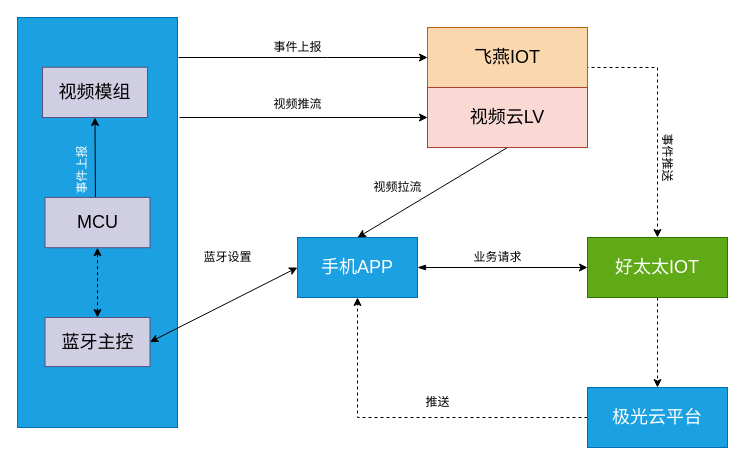
Before: drowio/好太太/视频交互流程图.drawio in allen1995/allen-git, a draw.io diagram. Source tidied: cells renumbered, new cells numbered last; positions are measured from the earlier drawing's top-left corner, leaving out a move shared by most shapes. Both pictures are drawn from the tidied source at 100%, with x=0, y=0 at pixel (17, 17).
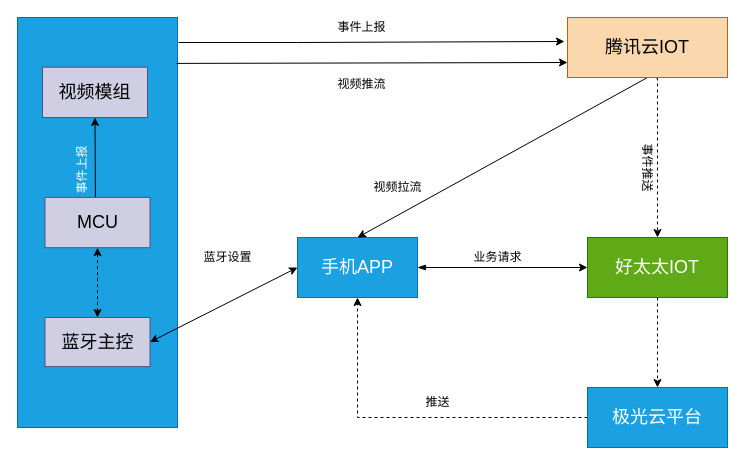
After the change.

Unchanged cells that the change refers to:
```xml
<mxCell id="5" value="&lt;font style=&quot;font-size: 18px&quot;&gt;手机APP&lt;/font&gt;" style="rounded=0;whiteSpace=wrap;html=1;fontSize=12;fontColor=#ffffff;fillColor=#1ba1e2;strokeColor=#006EAF;" parent="1" vertex="1">
  <mxGeometry x="280" y="220" width="120" height="60" as="geometry" />
</mxCell>
<mxCell id="7" value="&lt;font style=&quot;font-size: 18px&quot;&gt;好太太IOT&lt;/font&gt;" style="rounded=0;whiteSpace=wrap;html=1;fontSize=12;fontColor=#ffffff;fillColor=#60a917;strokeColor=#2D7600;" parent="1" vertex="1">
  <mxGeometry x="570" y="220" width="140" height="60" as="geometry" />
</mxCell>
<mxCell id="18" style="rounded=0;whiteSpace=wrap;html=1;fillColor=#1ba1e2;strokeColor=#006EAF;fontColor=#ffffff;" parent="17" vertex="1">
  <mxGeometry width="160" height="410" as="geometry" />
</mxCell>
```

The edit, as a diff of the source:
```diff
@@
-    <mxCell id="2" style="rounded=0;jettySize=auto;html=1;entryX=0;entryY=0.5;entryDx=0;entryDy=0;fontSize=18;fontColor=#000000;" parent="1" edge="1" target="26">
+    <mxCell id="2" style="rounded=0;jettySize=auto;html=1;entryX=-0.019;entryY=0.4;entryDx=0;entryDy=0;fontSize=18;fontColor=#000000;entryPerimeter=0;" parent="1" edge="1" target="26">
       <mxGeometry relative="1" as="geometry">
-        <mxPoint x="161" y="40" as="sourcePoint" />
+        <mxPoint x="161" y="25" as="sourcePoint" />
         <Array as="points">
-          <mxPoint x="310" y="40" />
+          <mxPoint x="280" y="25" />
         </Array>
       </mxGeometry>
     </mxCell>
     <mxCell id="3" value="事件上报" style="text;html=1;align=center;verticalAlign=middle;strokeColor=none;fillColor=none;fontSize=12;fontColor=#000000;" parent="1" vertex="1">
-      <mxGeometry x="250" y="20" width="60" height="20" as="geometry" />
+      <mxGeometry x="314" width="60" height="20" as="geometry" />
     </mxCell>
@@
-    <mxCell id="10" style="edgeStyle=orthogonalEdgeStyle;rounded=0;jettySize=auto;html=1;exitX=1;exitY=0;exitDx=0;exitDy=0;entryX=0.5;entryY=0;entryDx=0;entryDy=0;fontSize=12;fontColor=#000000;dashed=1;" parent="1" edge="1" source="27" target="7">
-      <mxGeometry relative="1" as="geometry" />
+    <mxCell id="10" style="edgeStyle=orthogonalEdgeStyle;rounded=0;jettySize=auto;html=1;exitX=0.556;exitY=1.017;exitDx=0;exitDy=0;entryX=0.5;entryY=0;entryDx=0;entryDy=0;fontSize=12;fontColor=#000000;dashed=1;exitPerimeter=0;" parent="1" edge="1" source="26" target="7">
+      <mxGeometry relative="1" as="geometry">
+        <Array as="points">
+          <mxPoint x="640" y="61" />
+        </Array>
+      </mxGeometry>
     </mxCell>
     <mxCell id="11" value="事件推送" style="text;html=1;align=center;verticalAlign=middle;strokeColor=none;fillColor=none;fontSize=12;fontColor=#000000;rotation=90;" parent="1" vertex="1">
-      <mxGeometry x="620" y="130" width="60" height="20" as="geometry" />
+      <mxGeometry x="600" y="140" width="60" height="20" as="geometry" />
     </mxCell>
@@
-    <mxCell id="14" style="rounded=0;jettySize=auto;html=1;exitX=0.5;exitY=1;exitDx=0;exitDy=0;entryX=0.5;entryY=0;entryDx=0;entryDy=0;fontSize=12;fontColor=#000000;startArrow=none;startFill=0;" parent="1" edge="1" source="27" target="5">
+    <mxCell id="14" style="rounded=0;jettySize=auto;html=1;exitX=0.5;exitY=1;exitDx=0;exitDy=0;entryX=0.5;entryY=0;entryDx=0;entryDy=0;fontSize=12;fontColor=#000000;startArrow=none;startFill=0;" parent="1" edge="1" source="26" target="5">
       <mxGeometry relative="1" as="geometry" />
     </mxCell>
@@
-    <mxCell id="26" value="&lt;font style=&quot;font-size: 18px;&quot;&gt;飞燕IOT&lt;/font&gt;" style="rounded=0;whiteSpace=wrap;html=1;fillColor=#fad7ac;strokeColor=#b46504;fontSize=18;fontColor=#000000;" parent="1" vertex="1">
-      <mxGeometry x="410" y="10" width="160" height="60" as="geometry" />
+    <mxCell id="26" value="&lt;font style=&quot;font-size: 18px&quot;&gt;腾讯云IOT&lt;/font&gt;" style="rounded=0;whiteSpace=wrap;html=1;fillColor=#fad7ac;strokeColor=#b46504;fontSize=18;fontColor=#000000;" parent="1" vertex="1">
+      <mxGeometry x="550" width="160" height="60" as="geometry" />
     </mxCell>
-    <mxCell id="27" value="视频云LV" style="rounded=0;whiteSpace=wrap;html=1;fillColor=#fad9d5;strokeColor=#ae4132;fontSize=18;fontColor=#000000;" parent="1" vertex="1">
-      <mxGeometry x="410" y="70" width="160" height="60" as="geometry" />
-    </mxCell>
-    <mxCell id="28" style="endArrow=classic;html=1;fontSize=18;fontColor=#000000;entryX=0;entryY=0.5;entryDx=0;entryDy=0;" parent="1" edge="1" target="27">
-      <mxGeometry relative="1" as="geometry">
-        <mxPoint x="162" y="100" as="sourcePoint" />
-      </mxGeometry>
+    <mxCell id="28" style="endArrow=classic;html=1;fontSize=18;fontColor=#000000;entryX=0;entryY=0.75;entryDx=0;entryDy=0;exitX=0.994;exitY=0.112;exitDx=0;exitDy=0;exitPerimeter=0;" parent="1" edge="1" source="18" target="26">
+      <mxGeometry relative="1" as="geometry" />
     </mxCell>
     <mxCell id="29" value="&lt;span style=&quot;font-size: 12px&quot;&gt;视频推流&lt;/span&gt;" style="text;html=1;align=center;verticalAlign=middle;strokeColor=none;fillColor=none;fontSize=18;fontColor=#000000;" parent="1" vertex="1">
-      <mxGeometry x="250" y="70" width="60" height="30" as="geometry" />
+      <mxGeometry x="314" y="50" width="60" height="30" as="geometry" />
     </mxCell>
```
